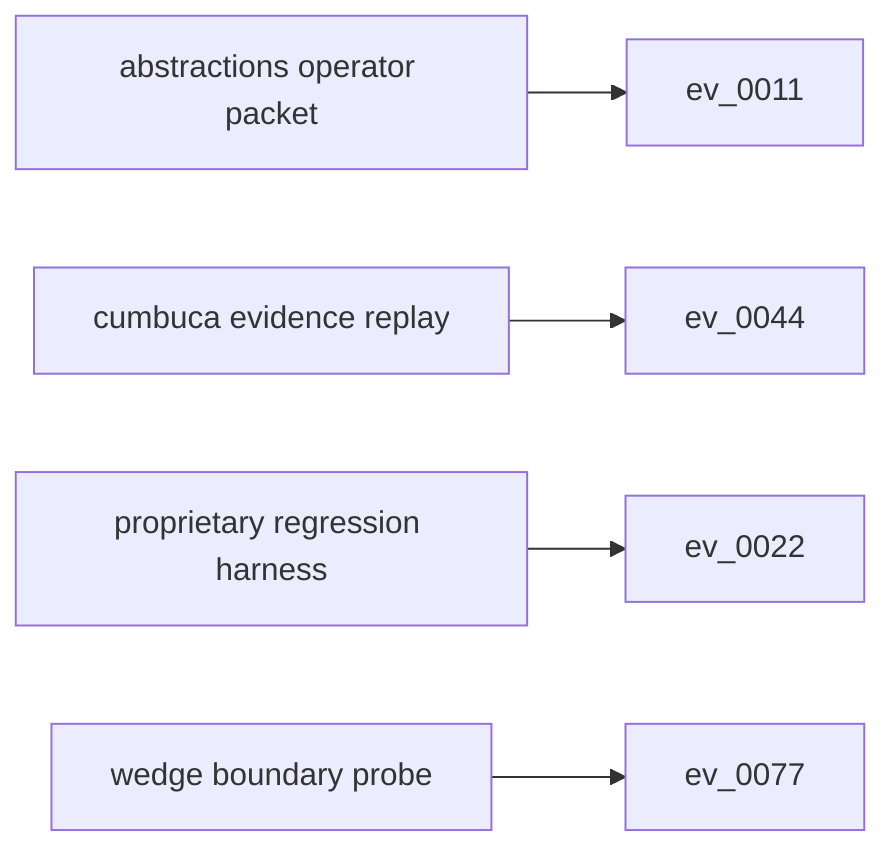
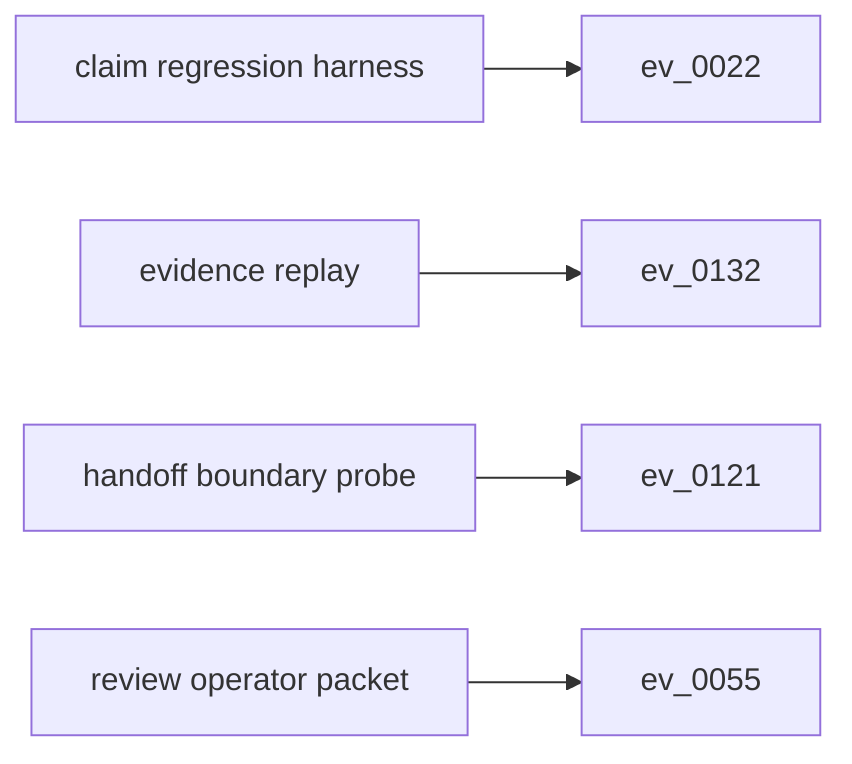
flowchart LR
-   s0["abstractions operator packet"]
-   e0["ev_0011"]
+   s0["claim regression harness"]
+   e0["ev_0022"]
  s0 --> e0
-   s1["cumbuca evidence replay"]
-   e1["ev_0044"]
+   s1["evidence replay"]
+   e1["ev_0132"]
  s1 --> e1
-   s2["proprietary regression harness"]
-   e2["ev_0022"]
+   s2["handoff boundary probe"]
+   e2["ev_0121"]
  s2 --> e2
-   s3["wedge boundary probe"]
-   e3["ev_0077"]
+   s3["review operator packet"]
+   e3["ev_0055"]
  s3 --> e3
